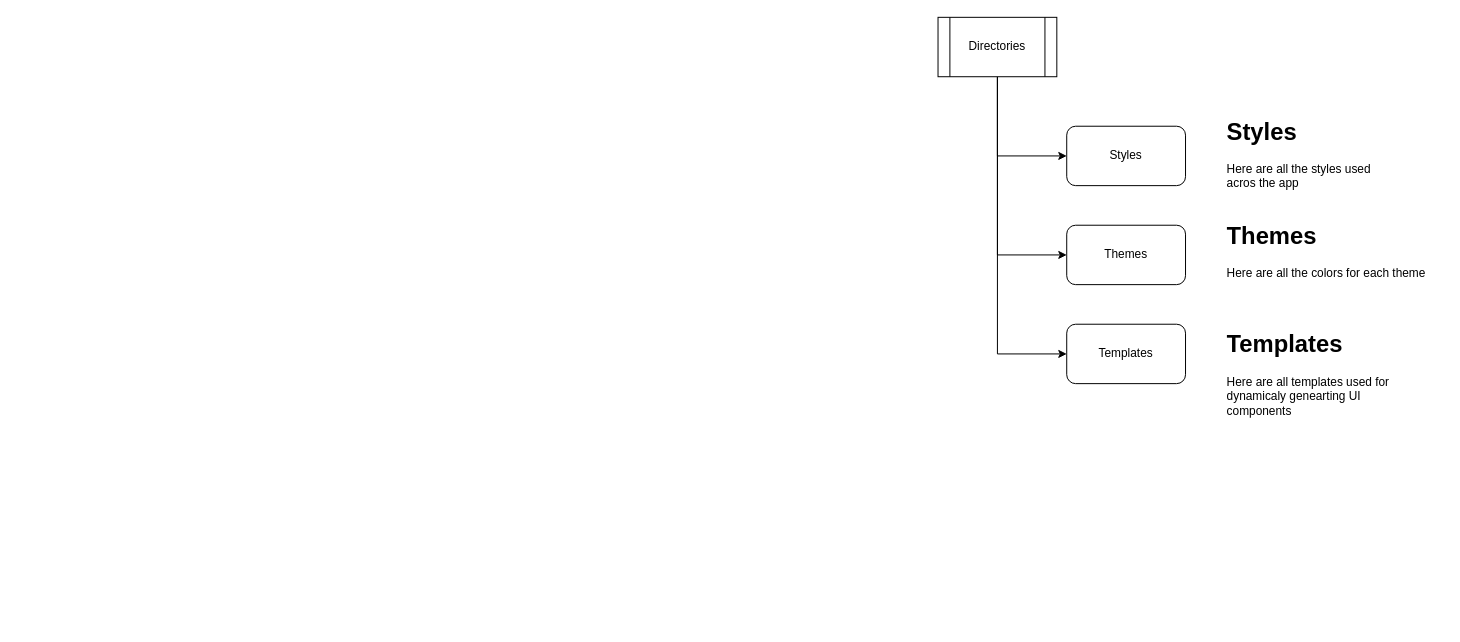
WeeeBuch/KubeCrafter keeps this draw.io diagram as page "Main" (1 of 3) of Diagrams/WPF.drawio. Above is the earlier version. Source tidied: cells renumbered, new cells numbered last; positions are measured from the earlier drawing's top-left corner, leaving out a move shared by most shapes. Both pictures are drawn from the tidied source at 99%, with x=0, y=0 at pixel (938, 17).
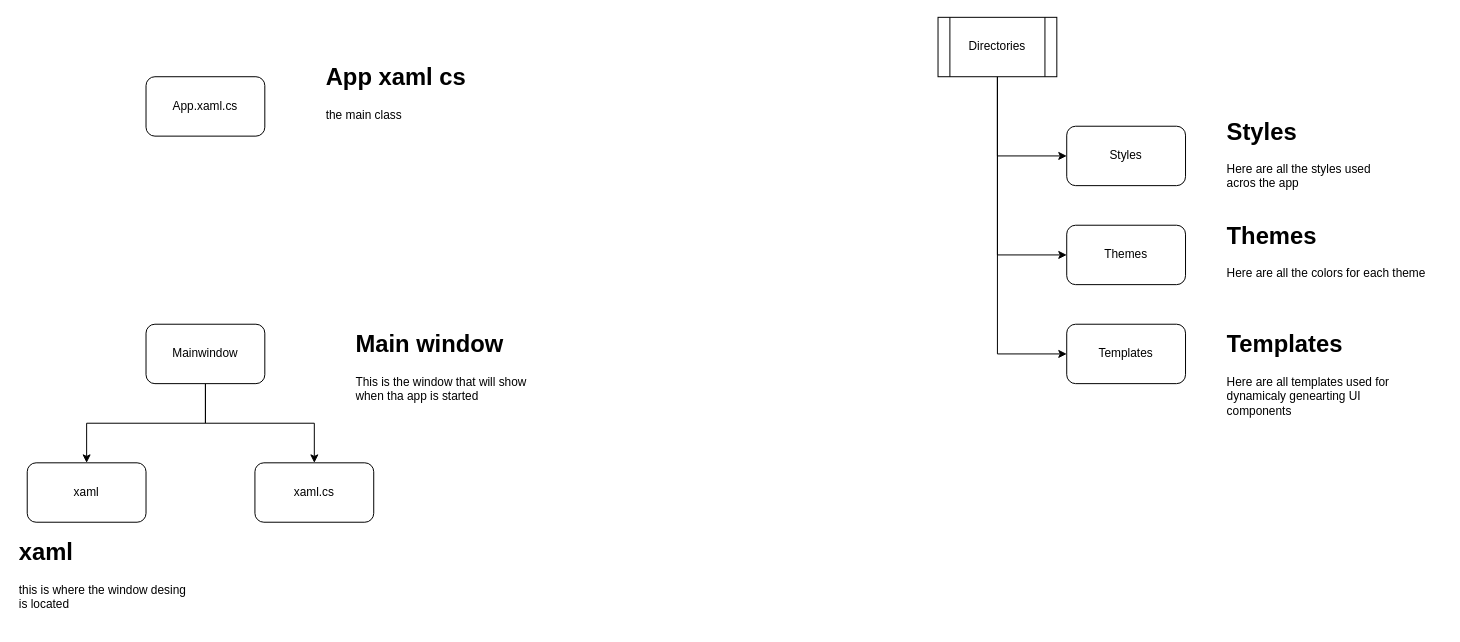
The same page after the edit.

What changed in the source:
```diff
@@
+    <mxCell id="12" value="App.xaml.cs" style="rounded=1;whiteSpace=wrap;html=1;" parent="1" vertex="1">
+      <mxGeometry x="-800" y="60" width="120" height="60" as="geometry" />
+    </mxCell>
+    <mxCell id="13" value="&lt;h1 style=&quot;margin-top: 0px;&quot;&gt;App xaml cs&lt;/h1&gt;&lt;div&gt;the main class&lt;/div&gt;" style="text;html=1;whiteSpace=wrap;overflow=hidden;rounded=0;" parent="1" vertex="1">
+      <mxGeometry x="-620" y="40" width="180" height="120" as="geometry" />
+    </mxCell>
+    <mxCell id="14" style="edgeStyle=orthogonalEdgeStyle;rounded=0;jettySize=auto;html=1;" parent="1" edge="1" source="16" target="17">
+      <mxGeometry relative="1" as="geometry" />
+    </mxCell>
+    <mxCell id="15" style="edgeStyle=orthogonalEdgeStyle;rounded=0;jettySize=auto;html=1;" parent="1" edge="1" source="16" target="18">
+      <mxGeometry relative="1" as="geometry" />
+    </mxCell>
+    <mxCell id="16" value="Mainwindow" style="rounded=1;whiteSpace=wrap;html=1;" parent="1" vertex="1">
+      <mxGeometry x="-800" y="310" width="120" height="60" as="geometry" />
+    </mxCell>
+    <mxCell id="17" value="xaml" style="rounded=1;whiteSpace=wrap;html=1;" parent="1" vertex="1">
+      <mxGeometry x="-920" y="450" width="120" height="60" as="geometry" />
+    </mxCell>
+    <mxCell id="18" value="xaml.cs" style="rounded=1;whiteSpace=wrap;html=1;" parent="1" vertex="1">
+      <mxGeometry x="-690" y="450" width="120" height="60" as="geometry" />
+    </mxCell>
+    <mxCell id="19" value="&lt;h1 style=&quot;margin-top: 0px;&quot;&gt;Main window&lt;/h1&gt;&lt;div&gt;This is the window that will show when tha app is started&lt;/div&gt;" style="text;html=1;whiteSpace=wrap;overflow=hidden;rounded=0;" parent="1" vertex="1">
+      <mxGeometry x="-590" y="310" width="180" height="90" as="geometry" />
+    </mxCell>
+    <mxCell id="20" value="&lt;h1 style=&quot;margin-top: 0px;&quot;&gt;xaml&lt;/h1&gt;&lt;div&gt;this is where the window desing is located&lt;/div&gt;" style="text;html=1;whiteSpace=wrap;overflow=hidden;rounded=0;" parent="1" vertex="1">
+      <mxGeometry x="-930" y="520" width="180" height="90" as="geometry" />
+    </mxCell>
```
